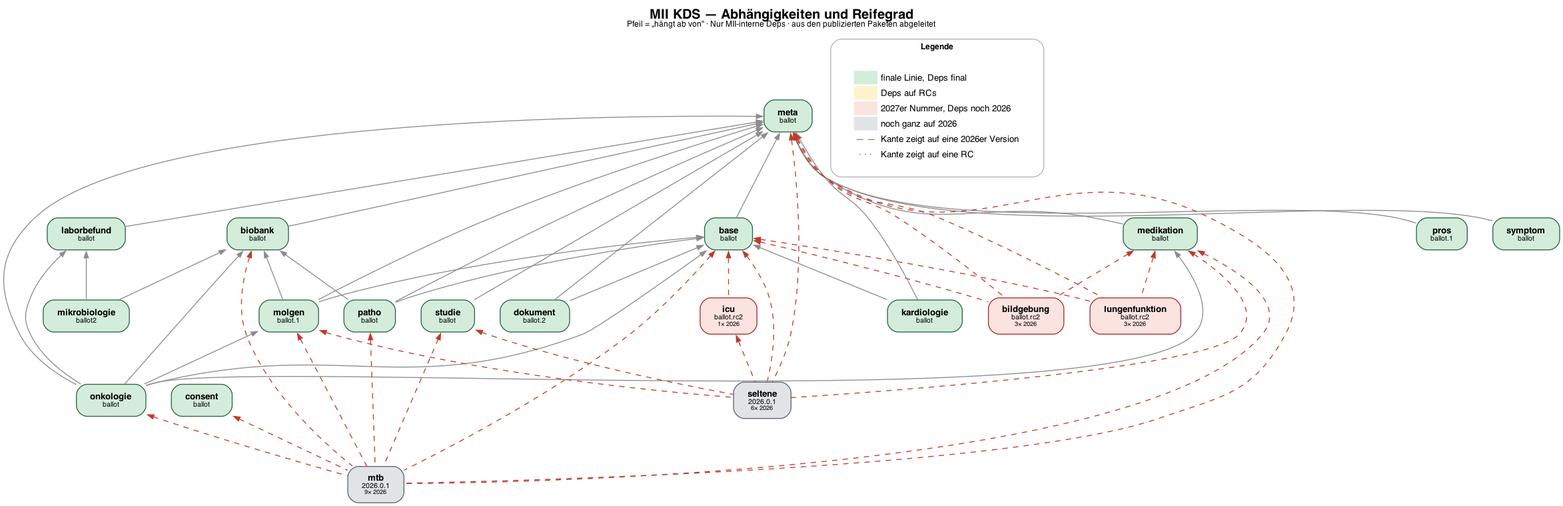
Above: status/dependency-graph.png in medizininformatik-initiative/kerndatensatz-complete (Graphviz), before the change. Its source is kept beside it as status/dependency-graph.dot.
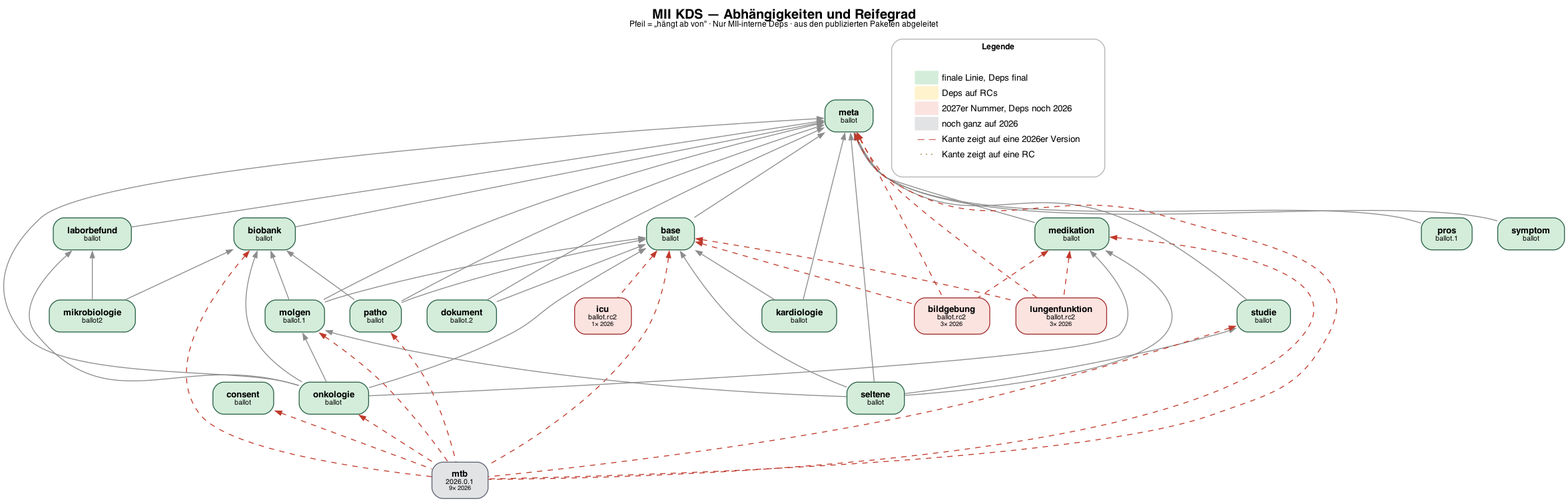
After the change.

What changed in the source:
```diff
@@ -17,13 +17,13 @@
   onkologie [label=<<B>onkologie</B><BR/><FONT POINT-SIZE="8">ballot</FONT>>, fillcolor="#d4edda", color="#2a6249"];
   patho [label=<<B>patho</B><BR/><FONT POINT-SIZE="8">ballot</FONT>>, fillcolor="#d4edda", color="#2a6249"];
   pros [label=<<B>pros</B><BR/><FONT POINT-SIZE="8">ballot.1</FONT>>, fillcolor="#d4edda", color="#2a6249"];
+  seltene [label=<<B>seltene</B><BR/><FONT POINT-SIZE="8">ballot</FONT>>, fillcolor="#d4edda", color="#2a6249"];
   studie [label=<<B>studie</B><BR/><FONT POINT-SIZE="8">ballot</FONT>>, fillcolor="#d4edda", color="#2a6249"];
   symptom [label=<<B>symptom</B><BR/><FONT POINT-SIZE="8">ballot</FONT>>, fillcolor="#d4edda", color="#2a6249"];
   bildgebung [label=<<B>bildgebung</B><BR/><FONT POINT-SIZE="8">ballot.rc2</FONT><BR/><FONT POINT-SIZE="7">3× 2026</FONT>>, fillcolor="#fbe3e0", color="#a32e2e"];
   icu [label=<<B>icu</B><BR/><FONT POINT-SIZE="8">ballot.rc2</FONT><BR/><FONT POINT-SIZE="7">1× 2026</FONT>>, fillcolor="#fbe3e0", color="#a32e2e"];
   lungenfunktion [label=<<B>lungenfunktion</B><BR/><FONT POINT-SIZE="8">ballot.rc2</FONT><BR/><FONT POINT-SIZE="7">3× 2026</FONT>>, fillcolor="#fbe3e0", color="#a32e2e"];
   mtb [label=<<B>mtb</B><BR/><FONT POINT-SIZE="8">2026.0.1</FONT><BR/><FONT POINT-SIZE="7">9× 2026</FONT>>, fillcolor="#e2e3e5", color="#5c6472"];
-  seltene [label=<<B>seltene</B><BR/><FONT POINT-SIZE="8">2026.0.1</FONT><BR/><FONT POINT-SIZE="7">6× 2026</FONT>>, fillcolor="#e2e3e5", color="#5c6472"];
   meta -> base;
   base -> bildgebung [color="#c0392b", style=dashed];
   medikation -> bildgebung [color="#c0392b", style=dashed];
@@ -63,12 +63,11 @@
   biobank -> patho;
   meta -> patho;
   meta -> pros;
-  base -> seltene [color="#c0392b", style=dashed];
-  icu -> seltene [color="#c0392b", style=dashed];
-  medikation -> seltene [color="#c0392b", style=dashed];
-  meta -> seltene [color="#c0392b", style=dashed];
-  molgen -> seltene [color="#c0392b", style=dashed];
-  studie -> seltene [color="#c0392b", style=dashed];
+  base -> seltene;
+  medikation -> seltene;
+  meta -> seltene;
+  molgen -> seltene;
+  studie -> seltene;
   meta -> studie;
   meta -> symptom;
 
```
